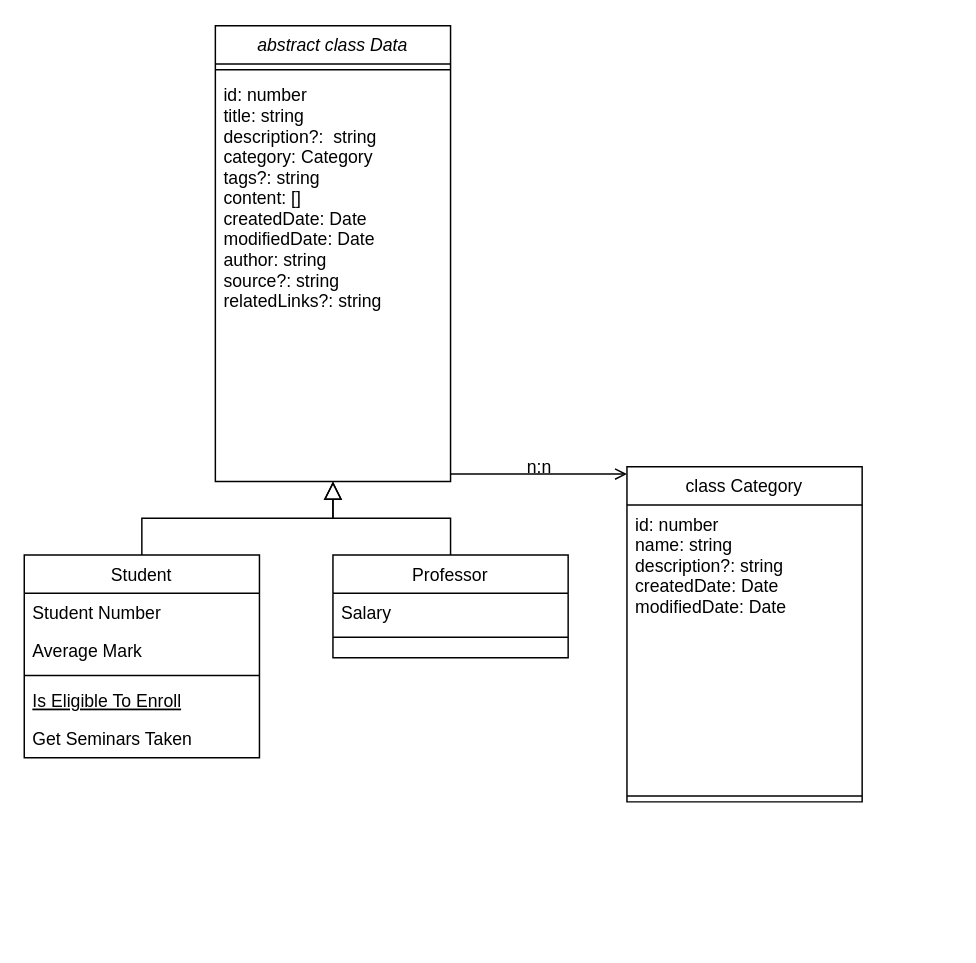
mathbickel/MemoMaster keeps this draw.io diagram as MemoMasterArchitecture.drawio. Above is the earlier version. Source tidied: cells renumbered, new cells numbered last; positions are measured from the earlier drawing's top-left corner, leaving out a move shared by most shapes. Both pictures are drawn from the tidied source at 147%, with x=0, y=0 at pixel (24, 25).
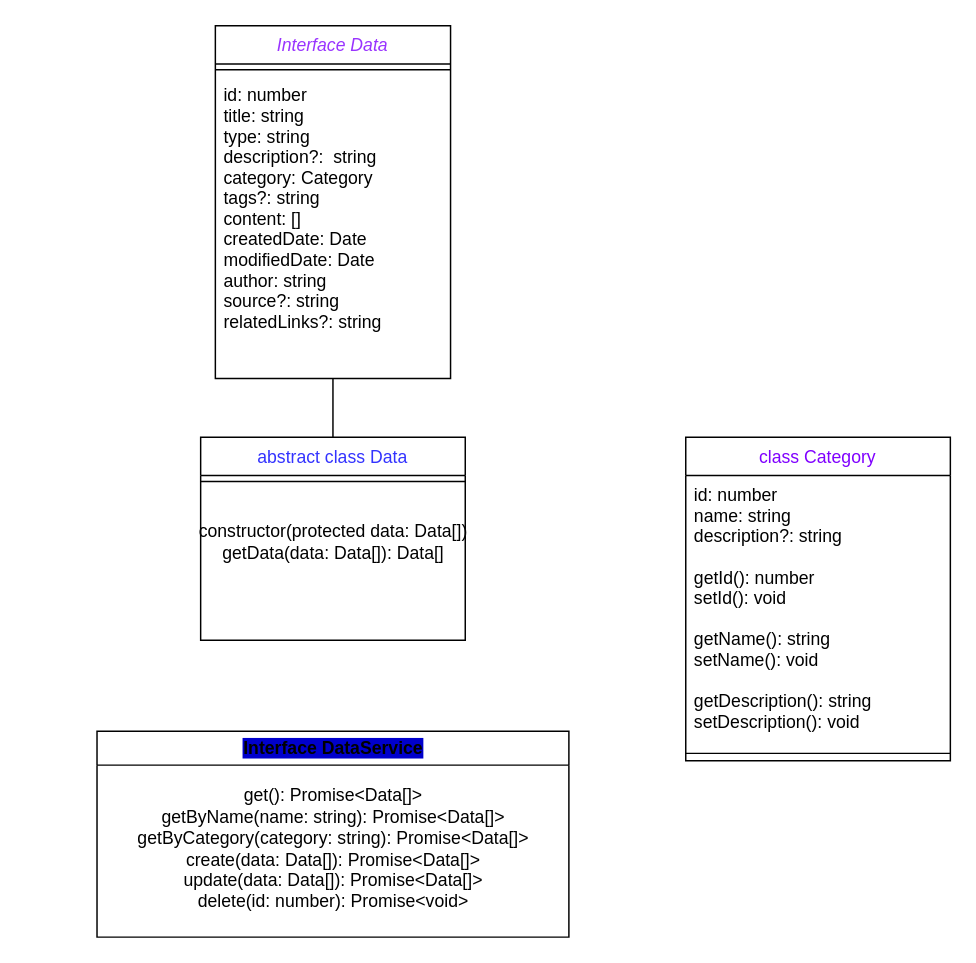
The same page after the edit.

What changed in the source:
```diff
@@
-<mxGraphModel>
+<mxGraphModel background="#ffffff">
@@
-    <mxCell id="2" value="abstract class Data" style="swimlane;fontStyle=2;align=center;verticalAlign=top;horizontal=1;startSize=26;rounded=0;shadow=0;strokeWidth=1;" parent="1" vertex="1">
-      <mxGeometry x="130" width="160" height="310" as="geometry" />
+    <mxCell id="2" value="Interface Data" style="swimlane;fontStyle=2;align=center;verticalAlign=top;horizontal=1;startSize=26;rounded=0;shadow=0;strokeWidth=1;fontColor=#9933FF;" parent="1" vertex="1">
+      <mxGeometry x="130" width="160" height="240" as="geometry" />
     </mxCell>
@@
-    <mxCell id="4" value="id: number&#10;title: string&#10;description?:  string&#10;category: Category&#10;tags?: string&#10;content: []&#10;createdDate: Date&#10;modifiedDate: Date&#10;author: string&#10;source?: string&#10;relatedLinks?: string&#10;&#10;" style="text;align=left;verticalAlign=top;spacingLeft=4;spacingRight=4;overflow=hidden;rounded=0;shadow=0;html=0;" parent="2" vertex="1">
-      <mxGeometry y="34" width="160" height="276" as="geometry" />
+    <mxCell id="4" value="id: number&#10;title: string&#10;type: string&#10;description?:  string&#10;category: Category&#10;tags?: string&#10;content: []&#10;createdDate: Date&#10;modifiedDate: Date&#10;author: string&#10;source?: string&#10;relatedLinks?: string&#10;&#10;" style="text;align=left;verticalAlign=top;spacingLeft=4;spacingRight=4;overflow=hidden;rounded=0;shadow=0;html=0;" parent="2" vertex="1">
+      <mxGeometry y="34" width="160" height="206" as="geometry" />
     </mxCell>
-    <mxCell id="5" value="Student" style="swimlane;fontStyle=0;align=center;verticalAlign=top;horizontal=1;startSize=26;rounded=0;shadow=0;strokeWidth=1;" parent="1" vertex="1">
-      <mxGeometry y="360" width="160" height="138" as="geometry" />
-    </mxCell>
-    <mxCell id="6" value="Student Number" style="text;align=left;verticalAlign=top;spacingLeft=4;spacingRight=4;overflow=hidden;" parent="5" vertex="1">
-      <mxGeometry y="26" width="160" height="26" as="geometry" />
-    </mxCell>
-    <mxCell id="7" value="Average Mark" style="text;align=left;verticalAlign=top;spacingLeft=4;spacingRight=4;overflow=hidden;rounded=0;shadow=0;html=0;" parent="5" vertex="1">
-      <mxGeometry y="52" width="160" height="26" as="geometry" />
-    </mxCell>
-    <mxCell id="8" style="line;html=1;strokeWidth=1;align=left;verticalAlign=middle;spacingTop=-1;spacingLeft=3;spacingRight=3;labelPosition=right;" parent="5" vertex="1">
-      <mxGeometry y="78" width="160" height="8" as="geometry" />
-    </mxCell>
-    <mxCell id="9" value="Is Eligible To Enroll" style="text;align=left;verticalAlign=top;spacingLeft=4;spacingRight=4;overflow=hidden;fontStyle=4;" parent="5" vertex="1">
-      <mxGeometry y="86" width="160" height="26" as="geometry" />
-    </mxCell>
-    <mxCell id="10" value="Get Seminars Taken" style="text;align=left;verticalAlign=top;spacingLeft=4;spacingRight=4;overflow=hidden;" parent="5" vertex="1">
-      <mxGeometry y="112" width="160" height="26" as="geometry" />
-    </mxCell>
-    <mxCell id="11" style="endArrow=block;endSize=10;endFill=0;shadow=0;strokeWidth=1;rounded=0;edgeStyle=elbowEdgeStyle;elbow=vertical;" parent="1" edge="1" source="5" target="2">
-      <mxGeometry relative="1" as="geometry" />
-    </mxCell>
-    <mxCell id="12" value="Professor" style="swimlane;fontStyle=0;align=center;verticalAlign=top;horizontal=1;startSize=26;rounded=0;shadow=0;strokeWidth=1;" parent="1" vertex="1">
-      <mxGeometry x="210" y="360" width="160" height="70" as="geometry" />
-    </mxCell>
-    <mxCell id="13" value="Salary" style="text;align=left;verticalAlign=top;spacingLeft=4;spacingRight=4;overflow=hidden;" parent="12" vertex="1">
-      <mxGeometry y="26" width="160" height="26" as="geometry" />
-    </mxCell>
-    <mxCell id="14" style="line;html=1;strokeWidth=1;align=left;verticalAlign=middle;spacingTop=-1;spacingLeft=3;spacingRight=3;labelPosition=right;" parent="12" vertex="1">
-      <mxGeometry y="52" width="160" height="8" as="geometry" />
-    </mxCell>
-    <mxCell id="15" style="endArrow=block;endSize=10;endFill=0;shadow=0;strokeWidth=1;rounded=0;edgeStyle=elbowEdgeStyle;elbow=vertical;" parent="1" edge="1" source="12" target="2">
-      <mxGeometry relative="1" as="geometry" />
-    </mxCell>
-    <mxCell id="16" value="class Category" style="swimlane;fontStyle=0;align=center;verticalAlign=top;horizontal=1;startSize=26;rounded=0;shadow=0;strokeWidth=1;" parent="1" vertex="1">
-      <mxGeometry x="410" y="300" width="160" height="228" as="geometry" />
+    <mxCell id="16" value="class Category" style="swimlane;fontStyle=0;align=center;verticalAlign=top;horizontal=1;startSize=26;rounded=0;shadow=0;strokeWidth=1;fontColor=#7F00FF;" parent="1" vertex="1">
+      <mxGeometry x="450" y="280" width="180" height="220" as="geometry" />
     </mxCell>
-    <mxCell id="17" value="id: number&#10;name: string&#10;description?: string&#10;createdDate: Date&#10;modifiedDate: Date&#10;" style="text;align=left;verticalAlign=top;spacingLeft=4;spacingRight=4;overflow=hidden;rounded=0;shadow=0;html=0;" parent="16" vertex="1">
-      <mxGeometry y="26" width="160" height="194" as="geometry" />
+    <mxCell id="17" value="id: number&#10;name: string&#10;description?: string&#10;&#10;getId(): number&#10;setId(): void&#10;&#10;getName(): string&#10;setName(): void&#10;&#10;getDescription(): string&#10;setDescription(): void&#10;&#10;&#10;&#10;" style="text;align=left;verticalAlign=top;spacingLeft=4;spacingRight=4;overflow=hidden;rounded=0;shadow=0;html=0;" parent="16" vertex="1">
+      <mxGeometry y="26" width="180" height="184" as="geometry" />
     </mxCell>
     <mxCell id="18" style="line;html=1;strokeWidth=1;align=left;verticalAlign=middle;spacingTop=-1;spacingLeft=3;spacingRight=3;labelPosition=right;" parent="16" vertex="1">
-      <mxGeometry y="220" width="160" height="8" as="geometry" />
+      <mxGeometry y="210" width="180" height="10" as="geometry" />
     </mxCell>
-    <mxCell id="19" style="endArrow=open;shadow=0;strokeWidth=1;rounded=0;endFill=1;edgeStyle=elbowEdgeStyle;elbow=vertical;" parent="1" edge="1" source="2" target="16">
-      <mxGeometry x="0.5" y="41" relative="1" as="geometry">
-        <mxPoint x="-40" y="32" as="offset" />
-      </mxGeometry>
-    </mxCell>
-    <mxCell id="20" style="align=left;verticalAlign=bottom;labelBackgroundColor=none;fontSize=12;" parent="19" vertex="1">
-      <mxGeometry x="-1" relative="1" as="geometry">
-        <mxPoint y="4" as="offset" />
-      </mxGeometry>
-    </mxCell>
-    <mxCell id="21" value="n:n" style="align=right;verticalAlign=bottom;labelBackgroundColor=none;fontSize=12;" parent="19" vertex="1">
-      <mxGeometry x="1" relative="1" as="geometry">
-        <mxPoint x="-50" y="4" as="offset" />
-      </mxGeometry>
-    </mxCell>
+    <mxCell id="5" value="abstract class Data" style="swimlane;fontStyle=0;align=center;verticalAlign=top;horizontal=1;startSize=26;rounded=0;shadow=0;strokeWidth=1;fontColor=#3333FF;" parent="1" vertex="1">
+      <mxGeometry x="120" y="280" width="180" height="138" as="geometry" />
+    </mxCell>
+    <mxCell id="8" style="line;html=1;strokeWidth=1;align=left;verticalAlign=middle;spacingTop=-1;spacingLeft=3;spacingRight=3;labelPosition=right;" parent="5" vertex="1">
+      <mxGeometry y="26" width="180" height="8" as="geometry" />
+    </mxCell>
+    <mxCell id="22" value="&lt;br&gt;constructor(protected data: Data[])&lt;br&gt;getData(data: Data[]): Data[]" style="text;html=1;align=center;verticalAlign=middle;strokeColor=none;fillColor=none;" parent="5" vertex="1">
+      <mxGeometry y="34" width="180" height="60" as="geometry" />
+    </mxCell>
+    <mxCell id="23" style="endArrow=none;html=1;rounded=0;" parent="1" edge="1" source="5">
+      <mxGeometry relative="1" as="geometry">
+        <mxPoint x="210" y="240" as="targetPoint" />
+      </mxGeometry>
+    </mxCell>
+    <mxCell id="24" value="&lt;span style=&quot;background-color: rgb(0, 0, 204);&quot;&gt;Interface DataService&lt;/span&gt;" style="swimlane;whiteSpace=wrap;html=1;" parent="1" vertex="1">
+      <mxGeometry x="49.5" y="480" width="321" height="140" as="geometry" />
+    </mxCell>
+    <mxCell id="25" value="get(): Promise&amp;lt;Data[]&amp;gt;&lt;br&gt;getByName(name: string): Promise&amp;lt;Data[]&amp;gt;&lt;br&gt;getByCategory(category: string): Promise&amp;lt;Data[]&amp;gt;&lt;br&gt;create(data: Data[]): Promise&amp;lt;Data[]&amp;gt;&lt;br&gt;update(data: Data[]): Promise&amp;lt;Data[]&amp;gt;&lt;br&gt;delete(id: number): Promise&amp;lt;void&amp;gt;" style="text;html=1;align=center;verticalAlign=middle;strokeColor=none;fillColor=none;" parent="24" vertex="1">
+      <mxGeometry x="15.5" y="30" width="290" height="100" as="geometry" />
+    </mxCell>
```
